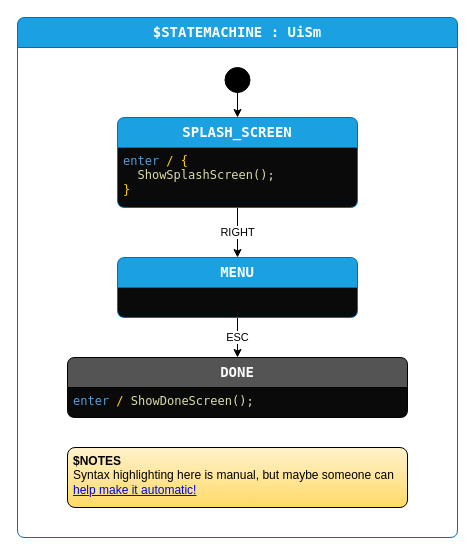
The draw.io diagram csharp-1/ConsoleApp1/Ui/UiSm.drawio in StateSmith/StateSmith-examples, before the edit. Source tidied: cells renumbered, new cells numbered last; positions are measured from the earlier drawing's top-left corner, leaving out a move shared by most shapes. Both pictures are drawn from the tidied source at 100%, with x=0, y=0 at pixel (17, 17).
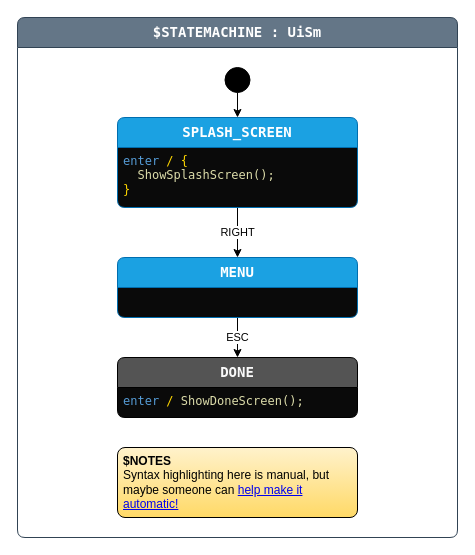
Above is the later version.

Commit message:
tidy diagram

Diff of the diagram source:
```diff
@@
 <mxGraphModel>
   <root>
     <mxCell id="0" />
     <mxCell id="1" parent="0" />
-    <mxCell id="2" value="$STATEMACHINE : UiSm" style="shape=swimlane;align=center;verticalAlign=top;fontFamily=Lucida Console;startSize=30;fontSize=14;fontStyle=1;fontColor=#ffffff;fillColor=#1ba1e2;swimlaneFillColor=default;rounded=1;arcSize=15;absoluteArcSize=1;strokeColor=#006EAF;" parent="1" vertex="1">
+    <mxCell id="2" value="$STATEMACHINE : UiSm" style="shape=swimlane;align=center;verticalAlign=top;fontFamily=Lucida Console;startSize=30;fontSize=14;fontStyle=1;fontColor=#ffffff;fillColor=#647687;swimlaneFillColor=default;rounded=1;arcSize=15;absoluteArcSize=1;strokeColor=#314354;" parent="1" vertex="1">
       <mxGeometry width="440" height="520" as="geometry" />
     </mxCell>
     <mxCell id="3" value=" " style="fontFamily=Lucida Console;align=left;verticalAlign=top;fillColor=none;gradientColor=none;strokeColor=none;rounded=0;spacingLeft=4;" parent="2" vertex="1">
       <mxGeometry y="30" width="30" height="20" as="geometry" />
     </mxCell>
     <mxCell id="4" value="$initial_state" style="shape=ellipse;fillColor=#000000;noLabel=1;" parent="2" vertex="1">
       <mxGeometry x="207.5" y="50" width="25" height="25" as="geometry" />
     </mxCell>
     <mxCell id="5" value="RIGHT" style="edgeStyle=none;html=1;exitX=0.5;exitY=1;exitDx=0;exitDy=0;entryX=0.5;entryY=0;entryDx=0;entryDy=0;" parent="2" edge="1" source="6" target="12">
       <mxGeometry relative="1" as="geometry" />
     </mxCell>
     <mxCell id="6" value="SPLASH_SCREEN" style="shape=swimlane;align=center;verticalAlign=top;fontFamily=Lucida Console;startSize=30;fontSize=14;fontStyle=1;fontColor=#ffffff;fillColor=#1ba1e2;swimlaneFillColor=#0A0A0A;rounded=1;arcSize=15;absoluteArcSize=1;strokeColor=#006EAF;labelBackgroundColor=none;labelBorderColor=none;" parent="2" vertex="1">
       <mxGeometry x="100" y="100" width="240" height="90" as="geometry" />
     </mxCell>
     <mxCell id="7" value="&lt;font color=&quot;#569cd6&quot;&gt;enter&lt;/font&gt;&lt;font color=&quot;#1ba1e2&quot;&gt; &lt;/font&gt;&lt;font color=&quot;#ffd700&quot;&gt;/ {&lt;br&gt;&amp;nbsp; &lt;/font&gt;&lt;font color=&quot;#dcdcaa&quot;&gt;ShowSplashScreen();&lt;br&gt;&lt;/font&gt;&lt;font color=&quot;#ffd700&quot;&gt;}&lt;/font&gt;" style="fontFamily=Lucida Console;align=left;verticalAlign=top;fillColor=none;gradientColor=none;strokeColor=none;rounded=0;spacingLeft=4;html=1;" parent="6" vertex="1">
       <mxGeometry y="30" width="180" height="60" as="geometry" />
     </mxCell>
     <mxCell id="8" style="entryX=0.5;entryY=0;entryDx=0;entryDy=0;" parent="2" edge="1" source="4" target="6">
       <mxGeometry relative="1" as="geometry" />
     </mxCell>
     <mxCell id="9" value="ESC" style="edgeStyle=none;html=1;entryX=0.5;entryY=0;entryDx=0;entryDy=0;" parent="2" edge="1" source="12" target="10">
       <mxGeometry relative="1" as="geometry" />
     </mxCell>
     <mxCell id="10" value="DONE" style="shape=swimlane;align=center;verticalAlign=top;fontFamily=Lucida Console;startSize=30;fontSize=14;fontStyle=1;fontColor=#FAFAFA;fillColor=#545454;swimlaneFillColor=#0A0A0A;rounded=1;arcSize=15;absoluteArcSize=1;" parent="2" vertex="1">
-      <mxGeometry x="50" y="340" width="340" height="60" as="geometry" />
+      <mxGeometry x="100" y="340" width="240" height="60" as="geometry" />
     </mxCell>
     <mxCell id="11" value="&lt;font color=&quot;#569cd6&quot;&gt;enter &lt;/font&gt;&lt;font color=&quot;#ffd700&quot;&gt;/&amp;nbsp;&lt;/font&gt;&lt;font color=&quot;#dcdcaa&quot;&gt;ShowDoneScreen();&lt;/font&gt;" style="fontFamily=Lucida Console;align=left;verticalAlign=top;fillColor=none;gradientColor=none;strokeColor=none;rounded=0;spacingLeft=4;html=1;" parent="10" vertex="1">
       <mxGeometry y="30" width="210" height="30" as="geometry" />
     </mxCell>
     <mxCell id="12" value="MENU" style="shape=swimlane;align=center;verticalAlign=top;fontFamily=Lucida Console;startSize=30;fontSize=14;fontStyle=1;fontColor=#ffffff;fillColor=#1ba1e2;swimlaneFillColor=#0A0A0A;rounded=1;arcSize=15;absoluteArcSize=1;strokeColor=#006EAF;" parent="2" vertex="1" collapsed="1">
       <mxGeometry x="100" y="240" width="240" height="60" as="geometry" />
     </mxCell>
     <mxCell id="13" value="&lt;b&gt;$NOTES&lt;/b&gt;&lt;br&gt;Syntax highlighting here is manual, but maybe someone can &lt;a href=&quot;https://github.com/StateSmith/StateSmith-drawio-plugin/issues/26&quot;&gt;help make it automatic!&lt;/a&gt;" style="shape=rectangle;rounded=1;arcSize=15;absoluteArcSize=1;align=left;verticalAlign=top;whiteSpace=wrap;html=1;spacingLeft=4;strokeWidth=1;strokeColor=default;fillColor=#fff2cc;fontColor=#000000;gradientColor=#ffd966;labelBackgroundColor=none;labelBorderColor=none;" parent="2" vertex="1">
-      <mxGeometry x="50" y="430" width="340" height="60" as="geometry" />
+      <mxGeometry x="100" y="430" width="240" height="70" as="geometry" />
     </mxCell>
   </root>
 </mxGraphModel>
```
